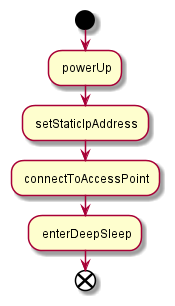
Earlier version of the PlantUML export paper/fig/sequence_static_ip.png (widmannthomas/dibse_integratives_gesamt_projekt).
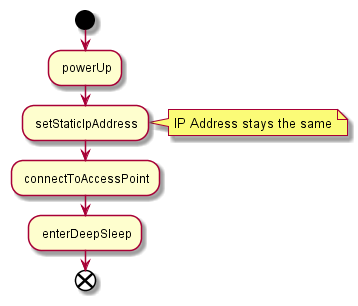
The same diagram one commit later.

Commit message:
Präsentation dhcp static

What changed in the source:
```diff
@@ -3,6 +3,9 @@
 
 : powerUp;
 : setStaticIpAddress;
+note right
+    IP Address stays the same
+end note
 : connectToAccessPoint;
 : enterDeepSleep;
 
```
